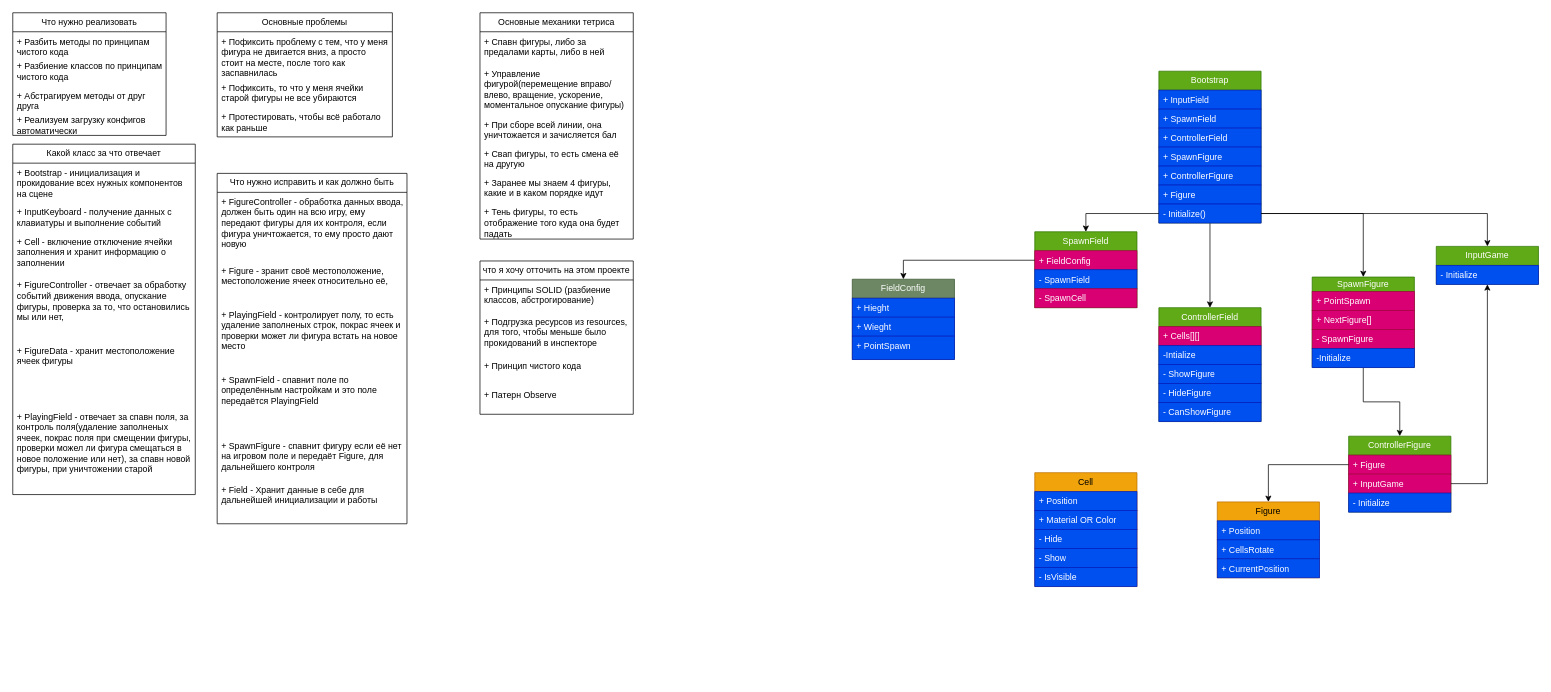
Above: TetrisGame.drawio in Bablakov/Tetris (draw.io), before the change. Source tidied: cells renumbered, new cells numbered last; positions are measured from the earlier drawing's top-left corner, leaving out a move shared by most shapes. Both pictures are drawn from the tidied source at 73%, with x=0, y=0 at pixel (12, 12).
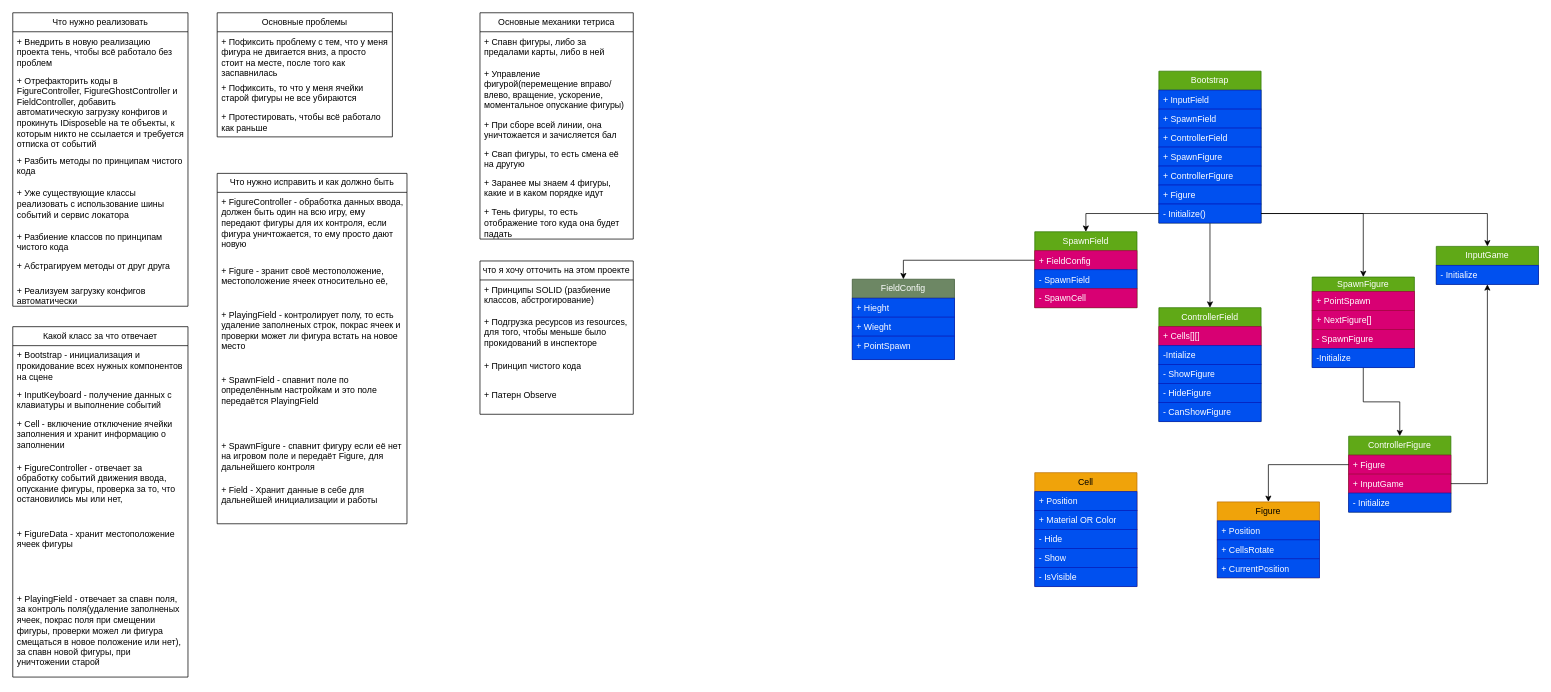
The same page after the edit.

The edit, as a diff of the source:
```diff
@@
     <mxCell id="2" value="Что нужно реализовать" style="swimlane;fontStyle=0;horizontal=1;startSize=26;fillColor=none;whiteSpace=wrap;html=1;" parent="1" vertex="1">
-      <mxGeometry width="210" height="168" as="geometry" />
+      <mxGeometry width="240" height="402" as="geometry" />
     </mxCell>
+    <mxCell id="88" value="&lt;div&gt;+ Внедрить в новую реализацию проекта тень, чтобы всё работало без проблем&lt;/div&gt;" style="text;strokeColor=none;fillColor=none;align=left;verticalAlign=top;spacingLeft=4;spacingRight=4;overflow=hidden;whiteSpace=wrap;html=1;" parent="2" vertex="1">
+      <mxGeometry y="26" width="240" height="54" as="geometry" />
+    </mxCell>
+    <mxCell id="89" value="&lt;div&gt;+ Отрефакторить коды в FigureController, FigureGhostController и FieldController, добавить автоматическую загрузку конфигов и прокинуть IDisposeble на те объекты, к которым никто не ссылается и требуется отписка от событий&lt;/div&gt;" style="text;strokeColor=none;fillColor=none;align=left;verticalAlign=top;spacingLeft=4;spacingRight=4;overflow=hidden;whiteSpace=wrap;html=1;" parent="2" vertex="1">
+      <mxGeometry y="80" width="240" height="110" as="geometry" />
+    </mxCell>
     <mxCell id="3" value="&lt;div&gt;+ Разбить методы по принципам чистого кода&lt;/div&gt;" style="text;strokeColor=none;fillColor=none;align=left;verticalAlign=top;spacingLeft=4;spacingRight=4;overflow=hidden;whiteSpace=wrap;html=1;" parent="2" vertex="1">
-      <mxGeometry y="26" width="210" height="34" as="geometry" />
+      <mxGeometry y="190" width="240" height="44" as="geometry" />
     </mxCell>
+    <mxCell id="90" value="+ Уже существующие классы реализовать с использование шины событий и сервис локатора" style="text;strokeColor=none;fillColor=none;align=left;verticalAlign=top;spacingLeft=4;spacingRight=4;overflow=hidden;whiteSpace=wrap;html=1;" parent="2" vertex="1">
+      <mxGeometry y="234" width="240" height="60" as="geometry" />
+    </mxCell>
     <mxCell id="4" value="&lt;div&gt;+ Разбиение классов по принципам чистого кода&lt;/div&gt;" style="text;strokeColor=none;fillColor=none;align=left;verticalAlign=top;spacingLeft=4;spacingRight=4;overflow=hidden;whiteSpace=wrap;html=1;" parent="2" vertex="1">
-      <mxGeometry y="60" width="210" height="40" as="geometry" />
+      <mxGeometry y="294" width="240" height="40" as="geometry" />
     </mxCell>
     <mxCell id="5" value="+ Абстрагируем методы от друг друга" style="text;strokeColor=none;fillColor=none;align=left;verticalAlign=top;spacingLeft=4;spacingRight=4;overflow=hidden;whiteSpace=wrap;html=1;" parent="2" vertex="1">
-      <mxGeometry y="100" width="210" height="34" as="geometry" />
+      <mxGeometry y="334" width="240" height="34" as="geometry" />
     </mxCell>
     <mxCell id="6" value="+ Реализуем загрузку конфигов автоматически" style="text;strokeColor=none;fillColor=none;align=left;verticalAlign=top;spacingLeft=4;spacingRight=4;overflow=hidden;whiteSpace=wrap;html=1;" parent="2" vertex="1">
-      <mxGeometry y="134" width="210" height="34" as="geometry" />
+      <mxGeometry y="368" width="240" height="34" as="geometry" />
     </mxCell>
@@
     <mxCell id="18" value="Какой класс за что отвечает" style="swimlane;fontStyle=0;horizontal=1;startSize=26;fillColor=none;whiteSpace=wrap;html=1;" parent="1" vertex="1">
-      <mxGeometry y="180" width="250" height="480" as="geometry" />
+      <mxGeometry y="430" width="240" height="480" as="geometry" />
     </mxCell>
     <mxCell id="19" value="+ Bootstrap - инициализация и прокидование всех нужных компонентов на сцене" style="text;strokeColor=none;fillColor=none;align=left;verticalAlign=top;spacingLeft=4;spacingRight=4;overflow=hidden;whiteSpace=wrap;html=1;" parent="18" vertex="1">
-      <mxGeometry y="26" width="250" height="54" as="geometry" />
+      <mxGeometry y="26" width="240" height="54" as="geometry" />
     </mxCell>
     <mxCell id="20" value="+ InputKeyboard - получение данных с клавиатуры и выполнение событий" style="text;strokeColor=none;fillColor=none;align=left;verticalAlign=top;spacingLeft=4;spacingRight=4;overflow=hidden;whiteSpace=wrap;html=1;" parent="18" vertex="1">
-      <mxGeometry y="80" width="250" height="40" as="geometry" />
+      <mxGeometry y="80" width="240" height="40" as="geometry" />
     </mxCell>
     <mxCell id="21" value="+ Cell - включение отключение ячейки заполнения и хранит информацию о заполнении" style="text;strokeColor=none;fillColor=none;align=left;verticalAlign=top;spacingLeft=4;spacingRight=4;overflow=hidden;whiteSpace=wrap;html=1;" parent="18" vertex="1">
-      <mxGeometry y="120" width="250" height="60" as="geometry" />
+      <mxGeometry y="120" width="240" height="60" as="geometry" />
     </mxCell>
     <mxCell id="22" value="+ FigureController - отвечает за обработку событий движения ввода, опускание фигуры, проверка за то, что остановились мы или нет," style="text;strokeColor=none;fillColor=none;align=left;verticalAlign=top;spacingLeft=4;spacingRight=4;overflow=hidden;whiteSpace=wrap;html=1;" parent="18" vertex="1">
-      <mxGeometry y="180" width="250" height="90" as="geometry" />
+      <mxGeometry y="180" width="240" height="90" as="geometry" />
     </mxCell>
     <mxCell id="23" value="+ FigureData - хранит местоположение ячеек фигуры" style="text;strokeColor=none;fillColor=none;align=left;verticalAlign=top;spacingLeft=4;spacingRight=4;overflow=hidden;whiteSpace=wrap;html=1;" parent="18" vertex="1">
-      <mxGeometry y="270" width="250" height="90" as="geometry" />
+      <mxGeometry y="270" width="240" height="90" as="geometry" />
     </mxCell>
     <mxCell id="24" value="+ PlayingField - отвечает за спавн поля, за контроль поля(удаление заполненых ячеек, покрас поля при смещении фигуры, проверки можел ли фигура смещаться в новое положение или нет), за спавн новой фигуры, при уничтожении старой" style="text;strokeColor=none;fillColor=none;align=left;verticalAlign=top;spacingLeft=4;spacingRight=4;overflow=hidden;whiteSpace=wrap;html=1;" parent="18" vertex="1">
-      <mxGeometry y="360" width="250" height="120" as="geometry" />
+      <mxGeometry y="360" width="240" height="120" as="geometry" />
     </mxCell>
```
